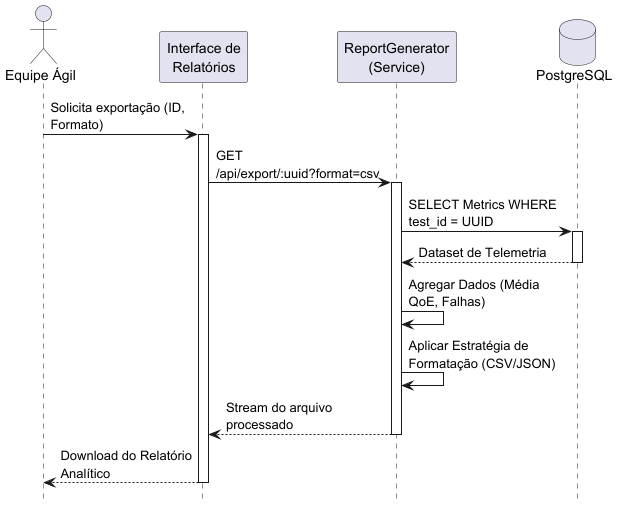
Above: Artefatos/DiagramaDeSequenciaDeGeracaoDeRelatorios.png in ICEI-PUC-Minas-PPLES-TI/plf-es-2025-2-tcci-0393100-dev-rafael-parreira (PlantUML), before the change. Its diagram source:
```plantuml
@startuml
hide footbox
skinparam ParticipantPadding 20
skinparam MaxMessageSize 150

actor "Equipe Ágil" as Equipe
participant "Interface de\nRelatórios" as Web
participant "ReportGenerator\n(Service)" as Generator
database "PostgreSQL" as DB

Equipe -> Web: Solicita exportação (ID, Formato)
activate Web
Web -> Generator: GET /api/export/:uuid?format=csv
activate Generator

Generator -> DB: SELECT Metrics WHERE test_id = UUID
activate DB
DB --> Generator: Dataset de Telemetria
deactivate DB

Generator -> Generator: Agregar Dados (Média QoE, Falhas)
Generator -> Generator: Aplicar Estratégia de Formatação (CSV/JSON)

Generator --> Web: Stream do arquivo processado
deactivate Generator
Web --> Equipe: Download do Relatório Analítico
deactivate Web
@enduml
```
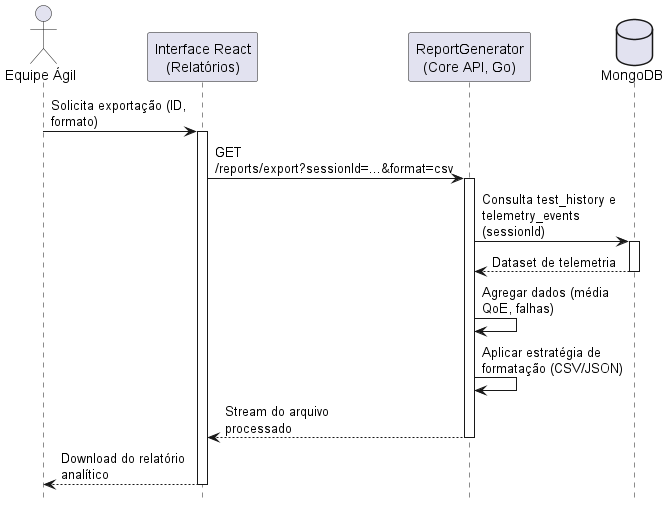
After the change.

The edit, as a diff of the source:
```diff
@@ -4,25 +4,25 @@
 skinparam MaxMessageSize 150
 
 actor "Equipe Ágil" as Equipe
-participant "Interface de\nRelatórios" as Web
-participant "ReportGenerator\n(Service)" as Generator
-database "PostgreSQL" as DB
+participant "Interface React\n(Relatórios)" as Web
+participant "ReportGenerator\n(Core API, Go)" as Generator
+database "MongoDB" as DB
 
-Equipe -> Web: Solicita exportação (ID, Formato)
+Equipe -> Web: Solicita exportação (ID, formato)
 activate Web
-Web -> Generator: GET /api/export/:uuid?format=csv
+Web -> Generator: GET /reports/export?sessionId=...&format=csv
 activate Generator
 
-Generator -> DB: SELECT Metrics WHERE test_id = UUID
+Generator -> DB: Consulta test_history e telemetry_events (sessionId)
 activate DB
-DB --> Generator: Dataset de Telemetria
+DB --> Generator: Dataset de telemetria
 deactivate DB
 
-Generator -> Generator: Agregar Dados (Média QoE, Falhas)
-Generator -> Generator: Aplicar Estratégia de Formatação (CSV/JSON)
+Generator -> Generator: Agregar dados (média QoE, falhas)
+Generator -> Generator: Aplicar estratégia de formatação (CSV/JSON)
 
 Generator --> Web: Stream do arquivo processado
 deactivate Generator
-Web --> Equipe: Download do Relatório Analítico
+Web --> Equipe: Download do relatório analítico
 deactivate Web
 @enduml
```
